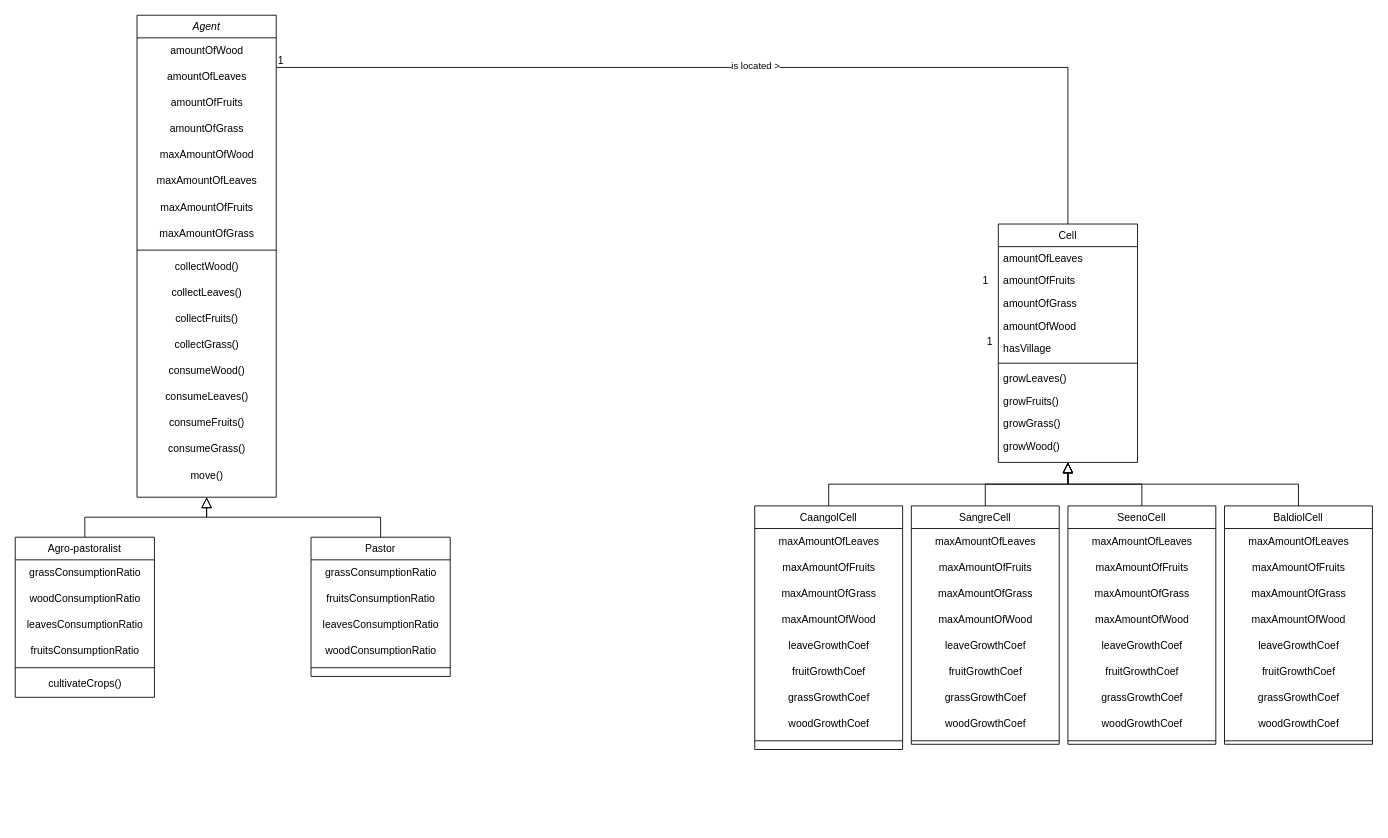
panchovdl/DundiModel keeps this draw.io diagram as page "Page-1" (1 of 4) of DundiV0.drawio. Above is the earlier version. Source tidied: cells renumbered, new cells numbered last; positions are measured from the earlier drawing's top-left corner, leaving out a move shared by most shapes. Both pictures are drawn from the tidied source at 87%, with x=0, y=0 at pixel (15, 15).
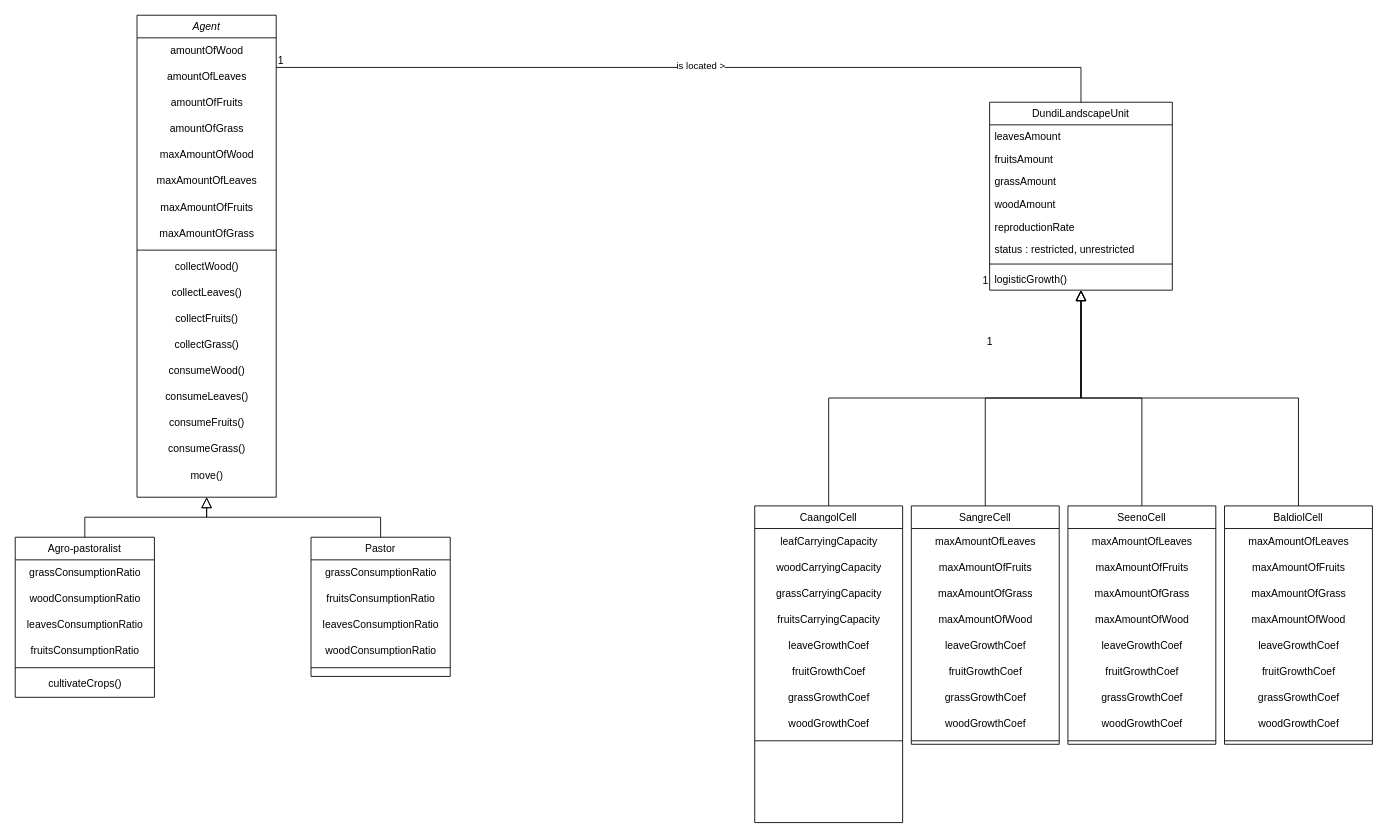
After the change.

What changed in the source:
```diff
@@
-    <mxCell id="36" value="Cell" style="swimlane;fontStyle=0;align=center;verticalAlign=top;horizontal=1;startSize=26;rounded=0;shadow=0;strokeWidth=1;" parent="1" vertex="1">
-      <mxGeometry x="1130" y="240" width="160" height="274" as="geometry" />
+    <mxCell id="36" value="DundiLandscapeUnit" style="swimlane;fontStyle=0;align=center;verticalAlign=top;horizontal=1;startSize=26;rounded=0;shadow=0;strokeWidth=1;" parent="1" vertex="1">
+      <mxGeometry x="1120" y="100" width="210" height="216" as="geometry" />
     </mxCell>
-    <mxCell id="37" value="amountOfLeaves" style="text;align=left;verticalAlign=top;spacingLeft=4;spacingRight=4;overflow=hidden;" parent="36" vertex="1">
-      <mxGeometry y="26" width="160" height="26" as="geometry" />
+    <mxCell id="37" value="leavesAmount" style="text;align=left;verticalAlign=top;spacingLeft=4;spacingRight=4;overflow=hidden;" parent="36" vertex="1">
+      <mxGeometry y="26" width="210" height="26" as="geometry" />
     </mxCell>
-    <mxCell id="38" value="amountOfFruits" style="text;align=left;verticalAlign=top;spacingLeft=4;spacingRight=4;overflow=hidden;" parent="36" vertex="1">
-      <mxGeometry y="52" width="160" height="26" as="geometry" />
+    <mxCell id="38" value="fruitsAmount" style="text;align=left;verticalAlign=top;spacingLeft=4;spacingRight=4;overflow=hidden;" parent="36" vertex="1">
+      <mxGeometry y="52" width="210" height="26" as="geometry" />
     </mxCell>
-    <mxCell id="39" value="amountOfGrass" style="text;align=left;verticalAlign=top;spacingLeft=4;spacingRight=4;overflow=hidden;" parent="36" vertex="1">
-      <mxGeometry y="78" width="160" height="26" as="geometry" />
+    <mxCell id="39" value="grassAmount" style="text;align=left;verticalAlign=top;spacingLeft=4;spacingRight=4;overflow=hidden;" parent="36" vertex="1">
+      <mxGeometry y="78" width="210" height="26" as="geometry" />
     </mxCell>
-    <mxCell id="40" value="amountOfWood" style="text;align=left;verticalAlign=top;spacingLeft=4;spacingRight=4;overflow=hidden;" parent="36" vertex="1">
-      <mxGeometry y="104" width="160" height="26" as="geometry" />
+    <mxCell id="40" value="woodAmount" style="text;align=left;verticalAlign=top;spacingLeft=4;spacingRight=4;overflow=hidden;" parent="36" vertex="1">
+      <mxGeometry y="104" width="210" height="26" as="geometry" />
     </mxCell>
-    <mxCell id="41" value="hasVillage" style="text;align=left;verticalAlign=top;spacingLeft=4;spacingRight=4;overflow=hidden;" parent="36" vertex="1">
-      <mxGeometry y="130" width="160" height="26" as="geometry" />
-    </mxCell>
+    <mxCell id="96" value="reproductionRate" style="text;align=left;verticalAlign=top;spacingLeft=4;spacingRight=4;overflow=hidden;" parent="36" vertex="1">
+      <mxGeometry y="130" width="210" height="26" as="geometry" />
+    </mxCell>
+    <mxCell id="97" value="status : restricted, unrestricted" style="text;align=left;verticalAlign=top;spacingLeft=4;spacingRight=4;overflow=hidden;" parent="36" vertex="1">
+      <mxGeometry y="156" width="210" height="26" as="geometry" />
+    </mxCell>
     <mxCell id="42" style="line;html=1;strokeWidth=1;align=left;verticalAlign=middle;spacingTop=-1;spacingLeft=3;spacingRight=3;labelPosition=right;" parent="36" vertex="1">
-      <mxGeometry y="156" width="160" height="8" as="geometry" />
+      <mxGeometry y="182" width="210" height="8" as="geometry" />
     </mxCell>
-    <mxCell id="43" value="growLeaves()" style="text;align=left;verticalAlign=top;spacingLeft=4;spacingRight=4;overflow=hidden;" parent="36" vertex="1">
-      <mxGeometry y="164" width="160" height="26" as="geometry" />
+    <mxCell id="43" value="logisticGrowth()" style="text;align=left;verticalAlign=top;spacingLeft=4;spacingRight=4;overflow=hidden;" parent="36" vertex="1">
+      <mxGeometry y="190" width="210" height="26" as="geometry" />
     </mxCell>
-    <mxCell id="44" value="growFruits()" style="text;align=left;verticalAlign=top;spacingLeft=4;spacingRight=4;overflow=hidden;" parent="36" vertex="1">
-      <mxGeometry y="190" width="160" height="26" as="geometry" />
-    </mxCell>
-    <mxCell id="45" value="growGrass()" style="text;align=left;verticalAlign=top;spacingLeft=4;spacingRight=4;overflow=hidden;" parent="36" vertex="1">
-      <mxGeometry y="216" width="160" height="26" as="geometry" />
-    </mxCell>
-    <mxCell id="46" value="growWood()" style="text;align=left;verticalAlign=top;spacingLeft=4;spacingRight=4;overflow=hidden;" parent="36" vertex="1">
-      <mxGeometry y="242" width="160" height="26" as="geometry" />
-    </mxCell>
@@
     <mxCell id="48" value="CaangolCell" style="swimlane;fontStyle=0;align=center;verticalAlign=top;horizontal=1;startSize=26;rounded=0;shadow=0;strokeWidth=1;" parent="1" vertex="1">
-      <mxGeometry x="850" y="564" width="170" height="280" as="geometry" />
+      <mxGeometry x="850" y="564" width="170" height="364" as="geometry" />
     </mxCell>
-    <mxCell id="49" value="maxAmountOfLeaves" style="text;html=1;align=center;verticalAlign=middle;strokeColor=none;fillColor=none;" parent="48" vertex="1">
+    <mxCell id="49" value="leafCarryingCapacity" style="text;html=1;align=center;verticalAlign=middle;strokeColor=none;fillColor=none;" parent="48" vertex="1">
       <mxGeometry y="26" width="170" height="30" as="geometry" />
     </mxCell>
-    <mxCell id="50" value="maxAmountOfFruits" style="text;html=1;align=center;verticalAlign=middle;strokeColor=none;fillColor=none;" parent="48" vertex="1">
-      <mxGeometry y="56" width="170" height="30" as="geometry" />
-    </mxCell>
-    <mxCell id="51" value="maxAmountOfGrass" style="text;html=1;align=center;verticalAlign=middle;strokeColor=none;fillColor=none;" parent="48" vertex="1">
-      <mxGeometry y="86" width="170" height="30" as="geometry" />
-    </mxCell>
-    <mxCell id="52" value="maxAmountOfWood" style="text;html=1;align=center;verticalAlign=middle;strokeColor=none;fillColor=none;" parent="48" vertex="1">
-      <mxGeometry y="116" width="170" height="30" as="geometry" />
-    </mxCell>
+    <mxCell id="98" value="woodCarryingCapacity" style="text;html=1;align=center;verticalAlign=middle;strokeColor=none;fillColor=none;" parent="48" vertex="1">
+      <mxGeometry y="56" width="170" height="30" as="geometry" />
+    </mxCell>
+    <mxCell id="99" value="grassCarryingCapacity" style="text;html=1;align=center;verticalAlign=middle;strokeColor=none;fillColor=none;" parent="48" vertex="1">
+      <mxGeometry y="86" width="170" height="30" as="geometry" />
+    </mxCell>
+    <mxCell id="100" value="fruitsCarryingCapacity" style="text;html=1;align=center;verticalAlign=middle;strokeColor=none;fillColor=none;" parent="48" vertex="1">
+      <mxGeometry y="116" width="170" height="30" as="geometry" />
+    </mxCell>
```
